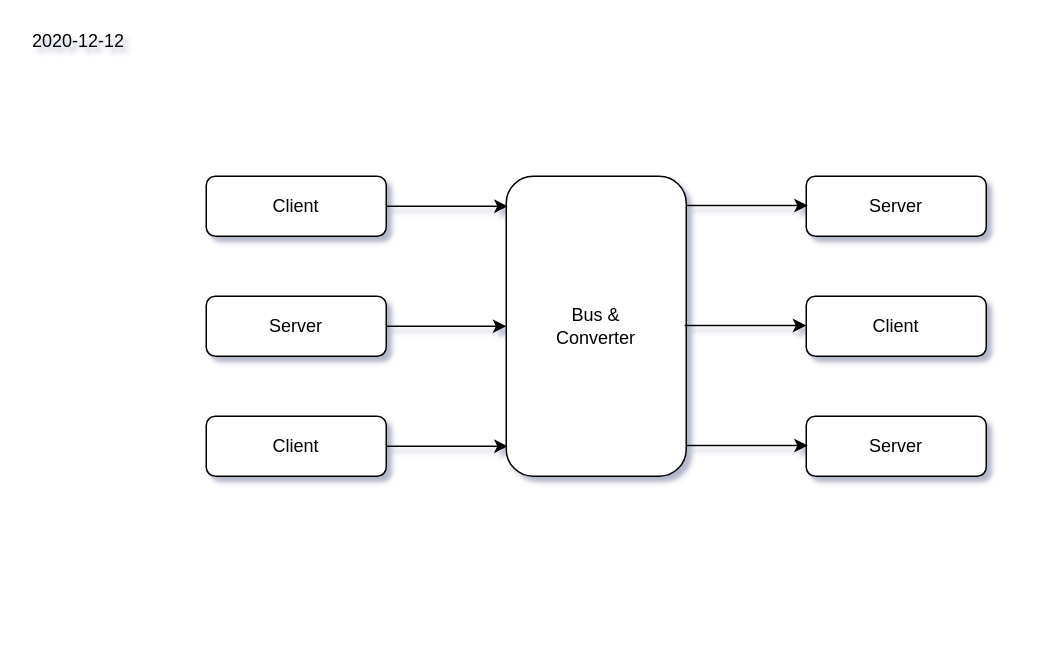
eeefbal/draw.io-integrations keeps this draw.io diagram as ESB.drawio. Above is the earlier version. Source tidied: cells renumbered, new cells numbered last; positions are measured from the earlier drawing's top-left corner, leaving out a move shared by most shapes. Both pictures are drawn from the tidied source at 150%, with x=0, y=0 at pixel (26, 26).
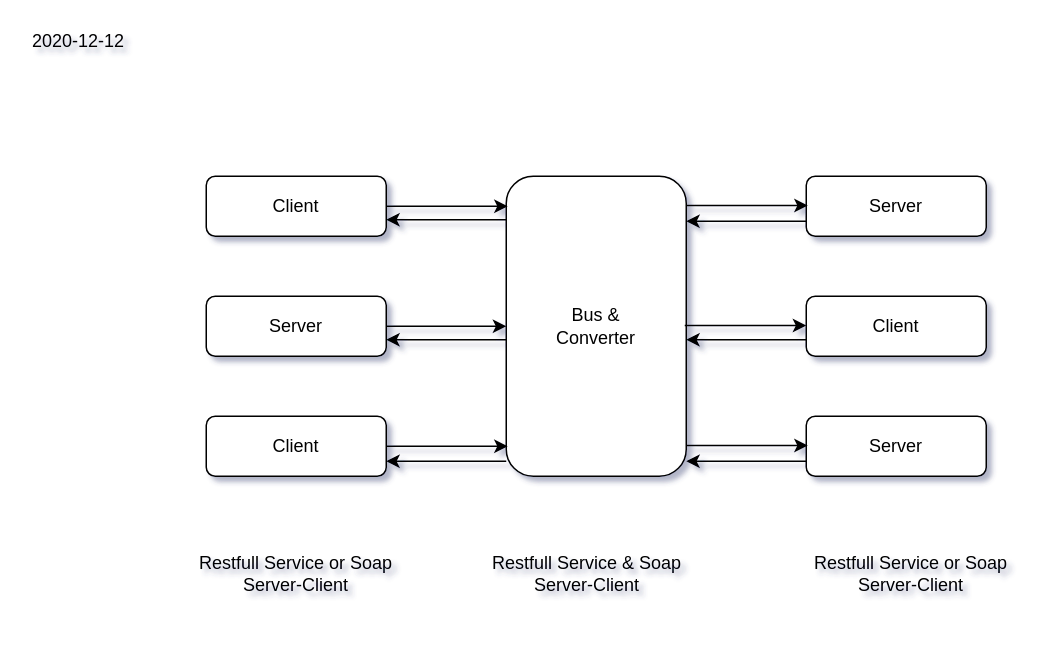
The same diagram, later.

Diff of the diagram source:
```diff
@@
+    <mxCell id="23" value="Restfull Service &amp;amp; Soap Server-Client" style="text;html=1;strokeColor=none;fillColor=none;align=center;verticalAlign=middle;whiteSpace=wrap;rounded=0;" parent="1" vertex="1">
+      <mxGeometry x="304" y="340" width="140" height="50" as="geometry" />
+    </mxCell>
+    <mxCell id="24" value="Restfull Service or Soap Server-Client" style="text;html=1;strokeColor=none;fillColor=none;align=center;verticalAlign=middle;whiteSpace=wrap;rounded=0;" parent="1" vertex="1">
+      <mxGeometry x="110" y="340" width="140" height="50" as="geometry" />
+    </mxCell>
+    <mxCell id="25" value="Restfull Service or Soap Server-Client" style="text;html=1;strokeColor=none;fillColor=none;align=center;verticalAlign=middle;whiteSpace=wrap;rounded=0;" parent="1" vertex="1">
+      <mxGeometry x="520" y="340" width="140" height="50" as="geometry" />
+    </mxCell>
+    <mxCell id="26" style="endArrow=classic;html=1;" parent="1" edge="1">
+      <mxGeometry relative="1" as="geometry">
+        <mxPoint x="520" y="130" as="sourcePoint" />
+        <mxPoint x="440" y="130" as="targetPoint" />
+      </mxGeometry>
+    </mxCell>
+    <mxCell id="27" style="endArrow=classic;html=1;" parent="1" edge="1">
+      <mxGeometry relative="1" as="geometry">
+        <mxPoint x="520" y="209" as="sourcePoint" />
+        <mxPoint x="440" y="209" as="targetPoint" />
+      </mxGeometry>
+    </mxCell>
+    <mxCell id="28" style="endArrow=classic;html=1;" parent="1" edge="1">
+      <mxGeometry relative="1" as="geometry">
+        <mxPoint x="520" y="290" as="sourcePoint" />
+        <mxPoint x="440" y="290" as="targetPoint" />
+      </mxGeometry>
+    </mxCell>
+    <mxCell id="29" style="endArrow=classic;html=1;" parent="1" edge="1">
+      <mxGeometry relative="1" as="geometry">
+        <mxPoint x="320" y="290" as="sourcePoint" />
+        <mxPoint x="240" y="290" as="targetPoint" />
+      </mxGeometry>
+    </mxCell>
+    <mxCell id="30" style="endArrow=classic;html=1;" parent="1" edge="1">
+      <mxGeometry relative="1" as="geometry">
+        <mxPoint x="320" y="209" as="sourcePoint" />
+        <mxPoint x="240" y="209" as="targetPoint" />
+      </mxGeometry>
+    </mxCell>
+    <mxCell id="31" style="endArrow=classic;html=1;" parent="1" edge="1">
+      <mxGeometry relative="1" as="geometry">
+        <mxPoint x="320" y="129" as="sourcePoint" />
+        <mxPoint x="240" y="129" as="targetPoint" />
+      </mxGeometry>
+    </mxCell>
```
